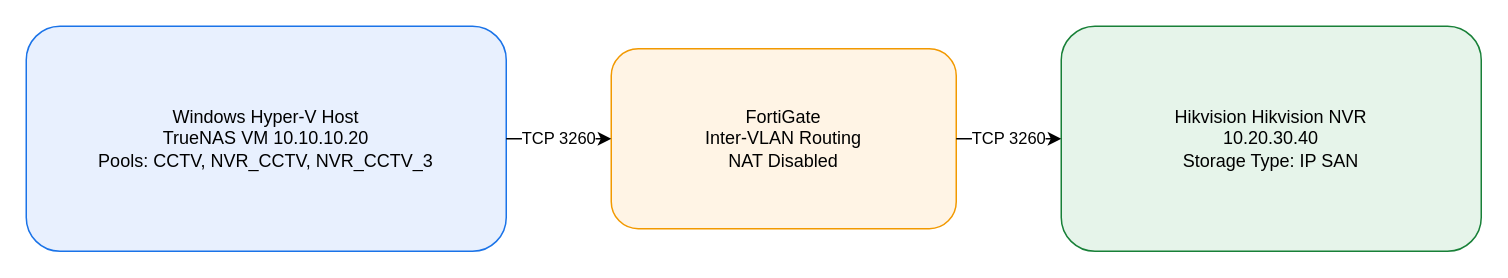
Before: diagrams/network-architecture.drawio in DerbSwag/cctv-storage-expansion-truenas-iscsi, a draw.io diagram. Source tidied: cells renumbered, new cells numbered last; positions are measured from the earlier drawing's top-left corner, leaving out a move shared by most shapes. Both pictures are drawn from the tidied source at 150%, with x=0, y=0 at pixel (26, 26).
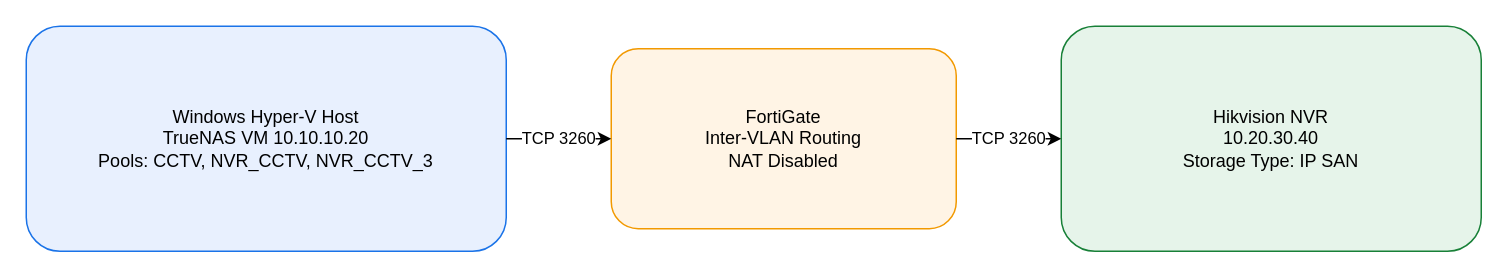
Above is the later version.

The edit, as a diff of the source:
```diff
@@
 <mxGraphModel>
   <root>
     <mxCell id="0" />
     <mxCell id="1" parent="0" />
     <mxCell id="2" value="Windows Hyper-V Host&#10;TrueNAS VM 10.10.10.20&#10;Pools: CCTV, NVR_CCTV, NVR_CCTV_3" style="rounded=1;whiteSpace=wrap;html=1;fillColor=#e8f0fe;strokeColor=#1a73e8;" parent="1" vertex="1">
       <mxGeometry width="320" height="150" as="geometry" />
     </mxCell>
     <mxCell id="3" value="FortiGate&#10;Inter-VLAN Routing&#10;NAT Disabled" style="rounded=1;whiteSpace=wrap;html=1;fillColor=#fff4e5;strokeColor=#f29900;" parent="1" vertex="1">
       <mxGeometry x="390" y="15" width="230" height="120" as="geometry" />
     </mxCell>
-    <mxCell id="4" value="Hikvision Hikvision NVR&#10;10.20.30.40&#10;Storage Type: IP SAN" style="rounded=1;whiteSpace=wrap;html=1;fillColor=#e6f4ea;strokeColor=#188038;" parent="1" vertex="1">
+    <mxCell id="4" value="Hikvision NVR&#10;10.20.30.40&#10;Storage Type: IP SAN" style="rounded=1;whiteSpace=wrap;html=1;fillColor=#e6f4ea;strokeColor=#188038;" parent="1" vertex="1">
       <mxGeometry x="690" width="280" height="150" as="geometry" />
     </mxCell>
     <mxCell id="5" value="TCP 3260" style="endArrow=classic;html=1;rounded=0;" parent="1" edge="1" source="2" target="3">
       <mxGeometry relative="1" as="geometry" />
     </mxCell>
     <mxCell id="6" value="TCP 3260" style="endArrow=classic;html=1;rounded=0;" parent="1" edge="1" source="3" target="4">
       <mxGeometry relative="1" as="geometry" />
     </mxCell>
   </root>
 </mxGraphModel>
```
